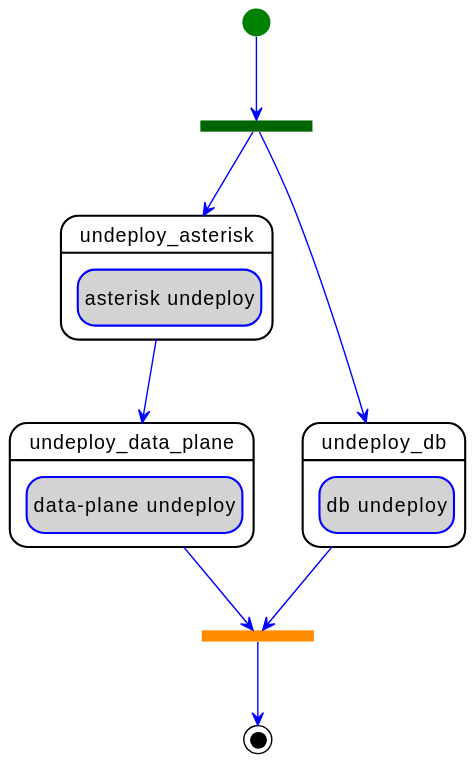
Before: examples/tosca-community-contributions/diagrams/uml2/examples-1.3-turandot-telephony-network-service-asterisk-vnf-asterisk-vnf-parallel_undeploy-workflow-diagram.svg, a diagram exported from PlantUML (Orange-OpenSource/Cloudnet-TOSCA-toolbox). The source it was exported from:
```plantuml
@startuml
hide empty description
skinparam shadowing false
skinparam state {
  ArrowColor blue
  BorderColor blue
  EndColor black
  StartColor green
  BackGroundColor<< step >> white
  BorderColor<< step >> black
  BackGroundColor<< delegate >> lightgrey
  BackGroundColor<< set_state >> white
  BackGroundColor<< call_operation >> lightblue
  BackGroundColor<< inline >> white
}
skinparam ActivityBarColor<<fork>> DarkGreen
skinparam ActivityBarColor<<join>> DarkOrange

state "undeploy_asterisk" as step_parallel_undeploy_undeploy_asterisk << step >> {
  state "asterisk undeploy" as step_parallel_undeploy_undeploy_asterisk_asterisk_undeploy << delegate >>
}
state "undeploy_db" as step_parallel_undeploy_undeploy_db << step >> {
  state "db undeploy" as step_parallel_undeploy_undeploy_db_db_undeploy << delegate >>
}
state "undeploy_data_plane" as step_parallel_undeploy_undeploy_data_plane << step >> {
  state "data-plane undeploy" as step_parallel_undeploy_undeploy_data_plane_data_plane_undeploy << delegate >>
}
step_parallel_undeploy_undeploy_asterisk --> step_parallel_undeploy_undeploy_data_plane
state parallel_undeploy_fork <<fork>>
[*] --> parallel_undeploy_fork
parallel_undeploy_fork --> step_parallel_undeploy_undeploy_asterisk
parallel_undeploy_fork --> step_parallel_undeploy_undeploy_db
state parallel_undeploy_join <<join>>
parallel_undeploy_join --> [*]
step_parallel_undeploy_undeploy_db --> parallel_undeploy_join
step_parallel_undeploy_undeploy_data_plane --> parallel_undeploy_join
@enduml
```
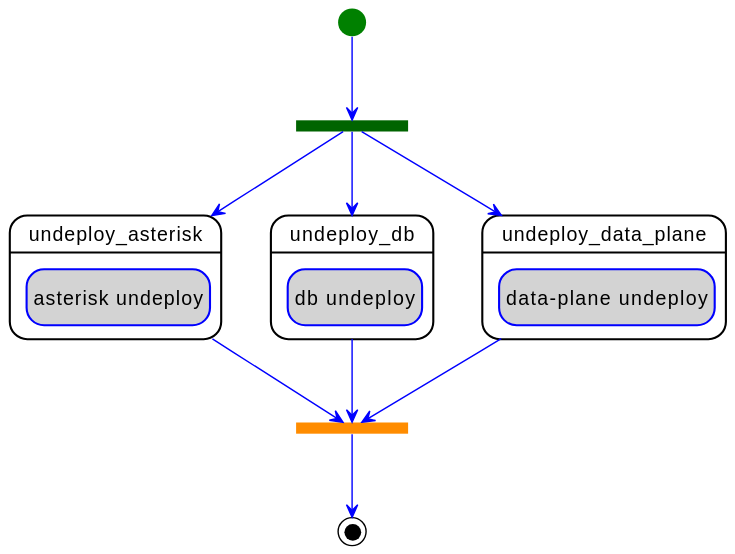
Above is the later version.

Change to the diagram source:
```diff
@@ -25,13 +25,14 @@
 state "undeploy_data_plane" as step_parallel_undeploy_undeploy_data_plane << step >> {
   state "data-plane undeploy" as step_parallel_undeploy_undeploy_data_plane_data_plane_undeploy << delegate >>
 }
-step_parallel_undeploy_undeploy_asterisk --> step_parallel_undeploy_undeploy_data_plane
 state parallel_undeploy_fork <<fork>>
 [*] --> parallel_undeploy_fork
 parallel_undeploy_fork --> step_parallel_undeploy_undeploy_asterisk
 parallel_undeploy_fork --> step_parallel_undeploy_undeploy_db
+parallel_undeploy_fork --> step_parallel_undeploy_undeploy_data_plane
 state parallel_undeploy_join <<join>>
 parallel_undeploy_join --> [*]
+step_parallel_undeploy_undeploy_asterisk --> parallel_undeploy_join
 step_parallel_undeploy_undeploy_db --> parallel_undeploy_join
 step_parallel_undeploy_undeploy_data_plane --> parallel_undeploy_join
 @enduml
```
